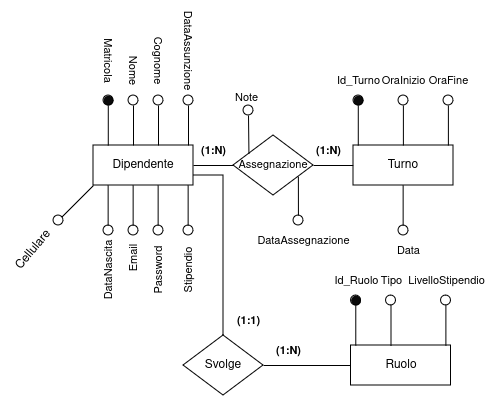
The draw.io diagram fase_due/images/rifinitura_dipendente.png in IonutZbir/ProgettoDatabase, before a commit. Source tidied: cells renumbered, new cells last; positions are measured from the earlier drawing's top-left corner, leaving out a move shared by most shapes.
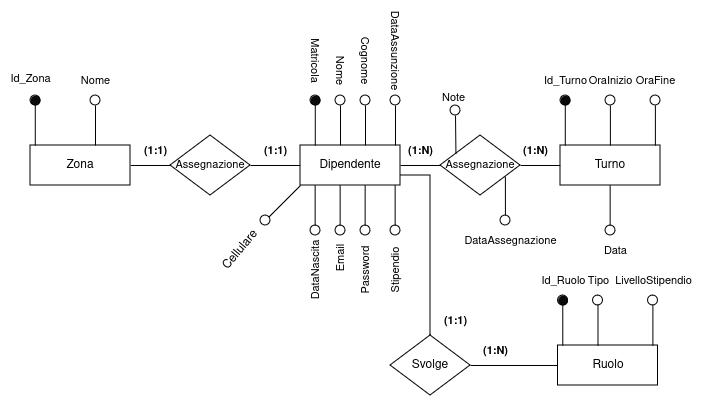
The same diagram one commit later.

Change to the diagram source:
```diff
@@ -2,6 +2,9 @@
   <root>
     <mxCell id="0" />
     <mxCell id="1" parent="0" />
+    <mxCell id="69" style="edgeStyle=orthogonalEdgeStyle;rounded=0;jettySize=auto;html=1;entryX=1;entryY=0.5;entryDx=0;entryDy=0;endArrow=none;endFill=0;" parent="1" edge="1" source="2" target="71">
+      <mxGeometry relative="1" as="geometry" />
+    </mxCell>
     <mxCell id="2" value="Dipendente" style="whiteSpace=wrap;html=1;align=center;" parent="1" vertex="1">
       <mxGeometry x="95" y="110" width="100" height="40" as="geometry" />
     </mxCell>
@@ -259,5 +262,44 @@
     <mxCell id="68" value="DataAssegnazione" style="text;html=1;align=center;verticalAlign=middle;strokeColor=none;fillColor=none;fontFamily=Helvetica;fontSize=11;fontColor=default;labelBackgroundColor=default;" parent="1" vertex="1">
       <mxGeometry x="245" y="190" width="120" height="30" as="geometry" />
     </mxCell>
+    <mxCell id="70" style="edgeStyle=orthogonalEdgeStyle;shape=connector;rounded=0;jettySize=auto;html=1;entryX=1;entryY=0.5;entryDx=0;entryDy=0;strokeColor=default;align=center;verticalAlign=middle;fontFamily=Helvetica;fontSize=11;fontColor=default;labelBackgroundColor=default;endArrow=none;endFill=0;" parent="1" edge="1" source="71" target="72">
+      <mxGeometry relative="1" as="geometry" />
+    </mxCell>
+    <mxCell id="71" value="&lt;font style=&quot;font-size: 11px;&quot;&gt;Assegnazione&lt;/font&gt;" style="shape=rhombus;perimeter=rhombusPerimeter;whiteSpace=wrap;html=1;align=center;" parent="1" vertex="1">
+      <mxGeometry x="-35" y="100" width="80" height="60" as="geometry" />
+    </mxCell>
+    <mxCell id="72" value="Zona" style="whiteSpace=wrap;html=1;align=center;" parent="1" vertex="1">
+      <mxGeometry x="-175" y="110" width="100" height="40" as="geometry" />
+    </mxCell>
+    <mxCell id="73" value="(1:1)" style="text;html=1;align=center;verticalAlign=middle;strokeColor=none;fillColor=none;fontFamily=Helvetica;fontSize=11;fontColor=default;labelBackgroundColor=default;fontStyle=1;" parent="1" vertex="1">
+      <mxGeometry x="45" y="100" width="50" height="30" as="geometry" />
+    </mxCell>
+    <mxCell id="74" value="(1:1)" style="text;html=1;align=center;verticalAlign=middle;strokeColor=none;fillColor=none;fontFamily=Helvetica;fontSize=11;fontColor=default;labelBackgroundColor=default;fontStyle=1;" parent="1" vertex="1">
+      <mxGeometry x="-75" y="100" width="50" height="30" as="geometry" />
+    </mxCell>
+    <mxCell id="75" style="edgeStyle=none;shape=connector;rounded=0;orthogonalLoop=1;jettySize=auto;html=1;strokeColor=default;align=center;verticalAlign=middle;fontFamily=Helvetica;fontSize=11;fontColor=default;labelBackgroundColor=default;endArrow=none;" parent="1" edge="1">
+      <mxGeometry relative="1" as="geometry">
+        <mxPoint x="-170.2" y="110" as="sourcePoint" />
+        <mxPoint x="-170.2" y="70" as="targetPoint" />
+      </mxGeometry>
+    </mxCell>
+    <mxCell id="76" style="ellipse;whiteSpace=wrap;html=1;fontFamily=Helvetica;fontSize=11;fontColor=default;labelBackgroundColor=default;fillColor=#0A0A0A;" parent="1" vertex="1">
+      <mxGeometry x="-175" y="60" width="10" height="10" as="geometry" />
+    </mxCell>
+    <mxCell id="77" value="Id_Zona" style="text;html=1;align=center;verticalAlign=middle;strokeColor=none;fillColor=none;fontFamily=Helvetica;fontSize=11;fontColor=default;labelBackgroundColor=default;" parent="1" vertex="1">
+      <mxGeometry x="-205" y="28" width="60" height="30" as="geometry" />
+    </mxCell>
+    <mxCell id="78" style="edgeStyle=none;shape=connector;rounded=0;orthogonalLoop=1;jettySize=auto;html=1;strokeColor=default;align=center;verticalAlign=middle;fontFamily=Helvetica;fontSize=11;fontColor=default;labelBackgroundColor=default;endArrow=none;" parent="1" edge="1">
+      <mxGeometry relative="1" as="geometry">
+        <mxPoint x="-110" y="110" as="sourcePoint" />
+        <mxPoint x="-110" y="70" as="targetPoint" />
+      </mxGeometry>
+    </mxCell>
+    <mxCell id="79" style="ellipse;whiteSpace=wrap;html=1;fontFamily=Helvetica;fontSize=11;fontColor=default;labelBackgroundColor=default;fillColor=none;" parent="1" vertex="1">
+      <mxGeometry x="-115" y="60" width="10" height="10" as="geometry" />
+    </mxCell>
+    <mxCell id="80" value="Nome" style="text;html=1;align=center;verticalAlign=middle;strokeColor=none;fillColor=none;fontFamily=Helvetica;fontSize=11;fontColor=default;labelBackgroundColor=default;" parent="1" vertex="1">
+      <mxGeometry x="-135" y="30" width="50" height="30" as="geometry" />
+    </mxCell>
   </root>
 </mxGraphModel>
```
